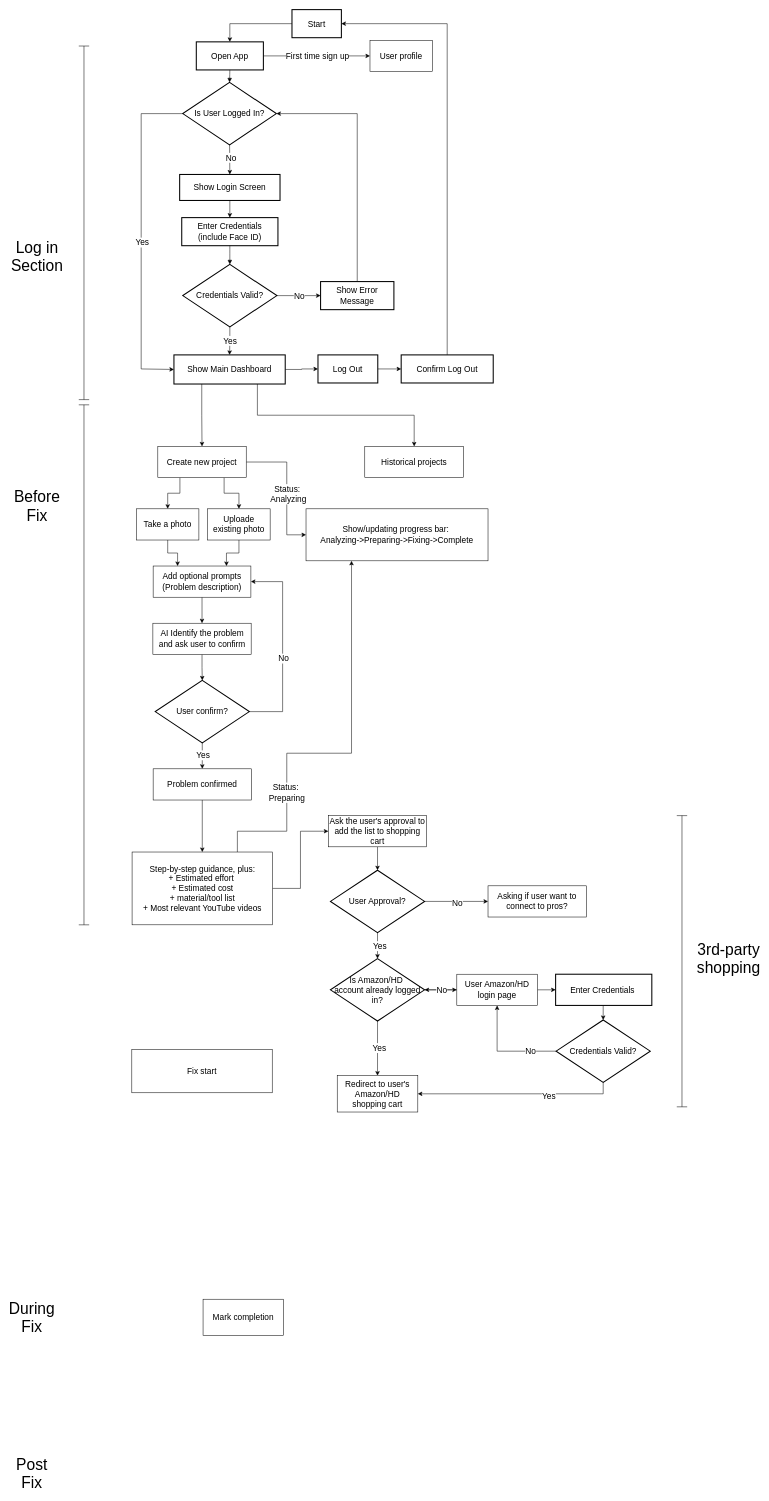
chaunceysun82/MyHandyAI keeps this draw.io diagram as App flow diiagram.drawio. Above is the earlier version. Source tidied: cells renumbered, new cells numbered last; positions are measured from the earlier drawing's top-left corner, leaving out a move shared by most shapes. Both pictures are drawn from the tidied source at 52%, with x=0, y=0 at pixel (16, 9).
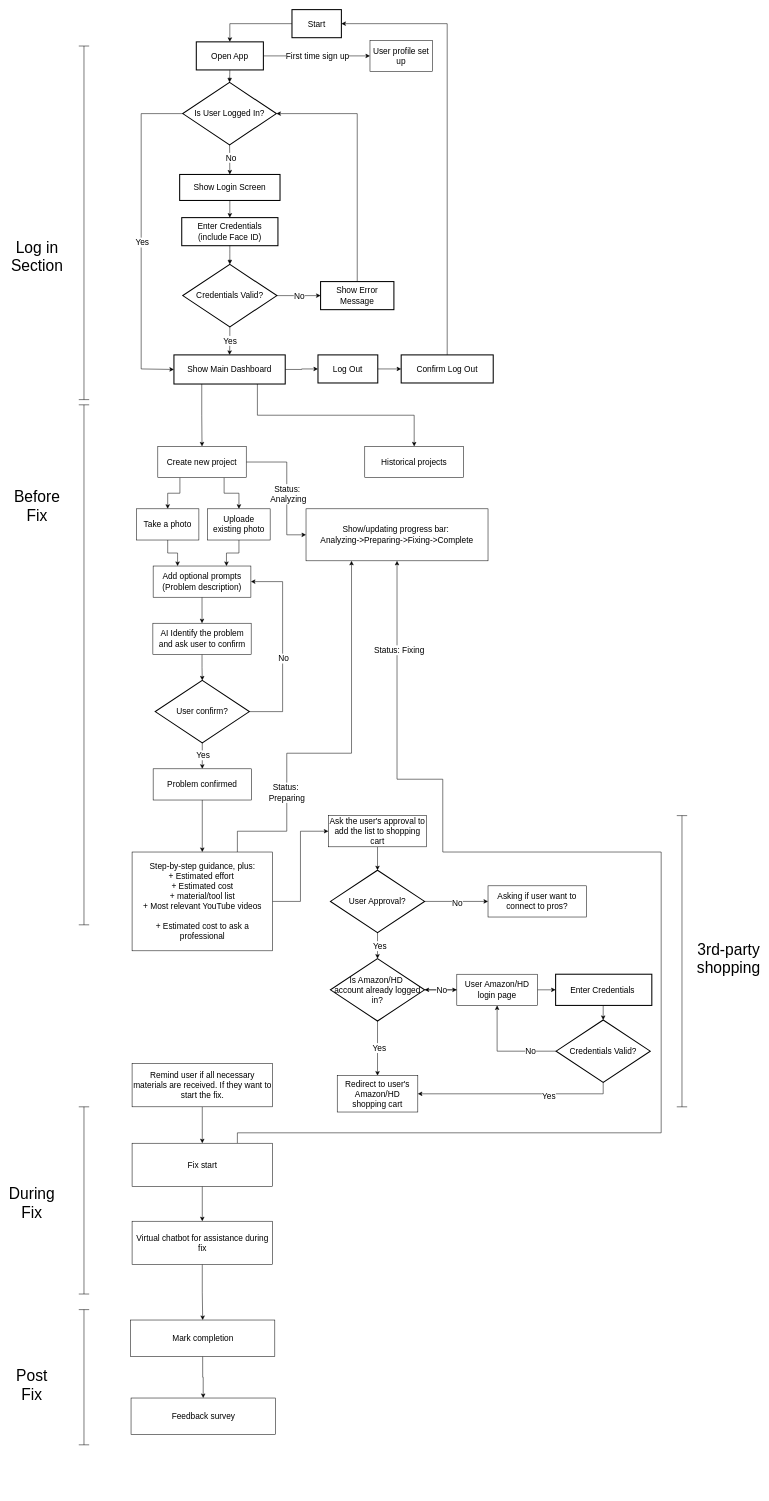
The same page after the edit.

The change refers to these unchanged cells:
```xml
<mxCell id="91" value="Show/updating progress bar:&amp;nbsp;&lt;div&gt;Analyzing-&amp;gt;Preparing-&amp;gt;Fixing-&amp;gt;Complete&lt;/div&gt;" style="rounded=0;whiteSpace=wrap;html=1;fontSize=16;" parent="1" vertex="1">
  <mxGeometry x="557" y="960" width="350" height="100" as="geometry" />
</mxCell>
```

What changed in the source:
```diff
@@
-    <mxCell id="60" value="Step-by-step guidance, plus:&lt;div&gt;+ Estimated effort&amp;nbsp;&lt;/div&gt;&lt;div&gt;+ Estimated cost&lt;/div&gt;&lt;div&gt;+ material/tool list&lt;/div&gt;&lt;div&gt;+ Most relevant YouTube videos&lt;/div&gt;" style="rounded=0;whiteSpace=wrap;html=1;fontSize=16;" parent="1" vertex="1">
-      <mxGeometry x="222.5" y="1620" width="270" height="140" as="geometry" />
+    <mxCell id="60" value="Step-by-step guidance, plus:&lt;div&gt;+ Estimated effort&amp;nbsp;&lt;/div&gt;&lt;div&gt;+ Estimated cost&lt;/div&gt;&lt;div&gt;+ material/tool list&lt;/div&gt;&lt;div&gt;+ Most relevant YouTube videos&lt;/div&gt;&lt;div&gt;&lt;br&gt;&lt;/div&gt;&lt;div&gt;+ Estimated cost to ask a professional&lt;/div&gt;" style="rounded=0;whiteSpace=wrap;html=1;fontSize=16;" parent="1" vertex="1">
+      <mxGeometry x="222.5" y="1620" width="270" height="190" as="geometry" />
     </mxCell>
@@
+    <mxCell id="93" style="edgeStyle=orthogonalEdgeStyle;rounded=0;jettySize=auto;html=1;exitX=0.5;exitY=1;exitDx=0;exitDy=0;entryX=0.5;entryY=0;entryDx=0;entryDy=0;" parent="1" edge="1" source="87" target="102">
+      <mxGeometry relative="1" as="geometry" />
+    </mxCell>
     <mxCell id="87" value="Mark completion" style="rounded=0;whiteSpace=wrap;html=1;fontSize=16;" parent="1" vertex="1">
-      <mxGeometry x="359" y="2480" width="155" height="70" as="geometry" />
+      <mxGeometry x="219.5" y="2520" width="277.5" height="70" as="geometry" />
     </mxCell>
     <mxCell id="88" value="&lt;font style=&quot;font-size: 30px;&quot;&gt;During Fix&lt;/font&gt;" style="text;html=1;align=center;verticalAlign=middle;whiteSpace=wrap;rounded=0;" parent="1" vertex="1">
-      <mxGeometry y="2500" width="60" height="30" as="geometry" />
+      <mxGeometry y="2280" width="60" height="30" as="geometry" />
     </mxCell>
     <mxCell id="89" value="&lt;font style=&quot;font-size: 30px;&quot;&gt;Post Fix&lt;/font&gt;" style="text;html=1;align=center;verticalAlign=middle;whiteSpace=wrap;rounded=0;" parent="1" vertex="1">
-      <mxGeometry y="2800" width="60" height="30" as="geometry" />
+      <mxGeometry y="2630" width="60" height="30" as="geometry" />
     </mxCell>
+    <mxCell id="94" style="edgeStyle=orthogonalEdgeStyle;rounded=0;jettySize=auto;html=1;exitX=0.75;exitY=0;exitDx=0;exitDy=0;entryX=0.5;entryY=1;entryDx=0;entryDy=0;" parent="1" edge="1" source="90" target="91">
+      <mxGeometry relative="1" as="geometry">
+        <Array as="points">
+          <mxPoint x="425" y="2160" />
+          <mxPoint x="1240" y="2160" />
+          <mxPoint x="1240" y="1620" />
+          <mxPoint x="820" y="1620" />
+          <mxPoint x="820" y="1480" />
+          <mxPoint x="732" y="1480" />
+        </Array>
+      </mxGeometry>
+    </mxCell>
+    <mxCell id="95" value="Status: Fixing" style="edgeLabel;html=1;align=center;verticalAlign=middle;fontSize=16;" parent="94" vertex="1">
+      <mxGeometry x="0.86" y="-3" relative="1" as="geometry" />
+    </mxCell>
+    <mxCell id="96" style="edgeStyle=orthogonalEdgeStyle;rounded=0;jettySize=auto;html=1;exitX=0.5;exitY=1;exitDx=0;exitDy=0;entryX=0.5;entryY=0;entryDx=0;entryDy=0;" parent="1" edge="1" source="90" target="101">
+      <mxGeometry relative="1" as="geometry" />
+    </mxCell>
     <mxCell id="90" value="Fix start" style="rounded=0;whiteSpace=wrap;html=1;fontSize=16;" parent="1" vertex="1">
-      <mxGeometry x="222" y="2000" width="270" height="83" as="geometry" />
+      <mxGeometry x="222.5" y="2180" width="270" height="83" as="geometry" />
     </mxCell>
@@
-    <mxCell id="92" value="User profile" style="rounded=0;whiteSpace=wrap;html=1;fontSize=16;" parent="1" vertex="1">
+    <mxCell id="92" value="User profile set up" style="rounded=0;whiteSpace=wrap;html=1;fontSize=16;" parent="1" vertex="1">
       <mxGeometry x="680" y="59" width="120" height="60" as="geometry" />
     </mxCell>
+    <mxCell id="97" style="edgeStyle=orthogonalEdgeStyle;rounded=0;jettySize=auto;html=1;exitX=0.5;exitY=1;exitDx=0;exitDy=0;" parent="1" edge="1" source="98" target="90">
+      <mxGeometry relative="1" as="geometry" />
+    </mxCell>
+    <mxCell id="98" value="Remind user if all necessary materials are received. If they want to start the fix." style="rounded=0;whiteSpace=wrap;html=1;fontSize=16;" parent="1" vertex="1">
+      <mxGeometry x="222.5" y="2027" width="270" height="83" as="geometry" />
+    </mxCell>
+    <mxCell id="99" style="shape=crossbar;whiteSpace=wrap;html=1;rounded=1;direction=south;" parent="1" vertex="1">
+      <mxGeometry x="120" y="2110" width="20" height="360" as="geometry" />
+    </mxCell>
+    <mxCell id="100" style="edgeStyle=orthogonalEdgeStyle;rounded=0;jettySize=auto;html=1;exitX=0.5;exitY=1;exitDx=0;exitDy=0;" parent="1" edge="1" source="101" target="87">
+      <mxGeometry relative="1" as="geometry" />
+    </mxCell>
+    <mxCell id="101" value="Virtual chatbot for assistance during fix" style="rounded=0;whiteSpace=wrap;html=1;fontSize=16;" parent="1" vertex="1">
+      <mxGeometry x="222.5" y="2330" width="270" height="83" as="geometry" />
+    </mxCell>
+    <mxCell id="102" value="Feedback survey" style="rounded=0;whiteSpace=wrap;html=1;fontSize=16;" parent="1" vertex="1">
+      <mxGeometry x="220.5" y="2670" width="277.5" height="70" as="geometry" />
+    </mxCell>
+    <mxCell id="103" style="shape=crossbar;whiteSpace=wrap;html=1;rounded=1;direction=south;" parent="1" vertex="1">
+      <mxGeometry x="120" y="2500" width="20" height="260" as="geometry" />
+    </mxCell>
+    <mxCell id="104" style="edgeStyle=orthogonalEdgeStyle;rounded=0;orthogonalLoop=1;jettySize=auto;html=1;exitX=1;exitY=0.5;exitDx=0;exitDy=0;exitPerimeter=0;" parent="1" edge="1" source="103" target="103">
+      <mxGeometry relative="1" as="geometry" />
+    </mxCell>
```
